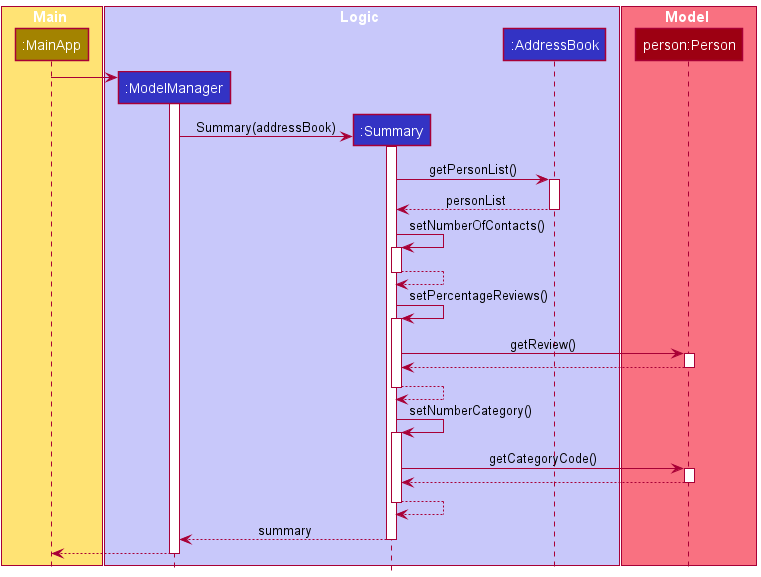
The PlantUML diagram docs/images/SummarySequenceDiagram.png in nus-cs2103-AY2122S1/tp, before a commit.
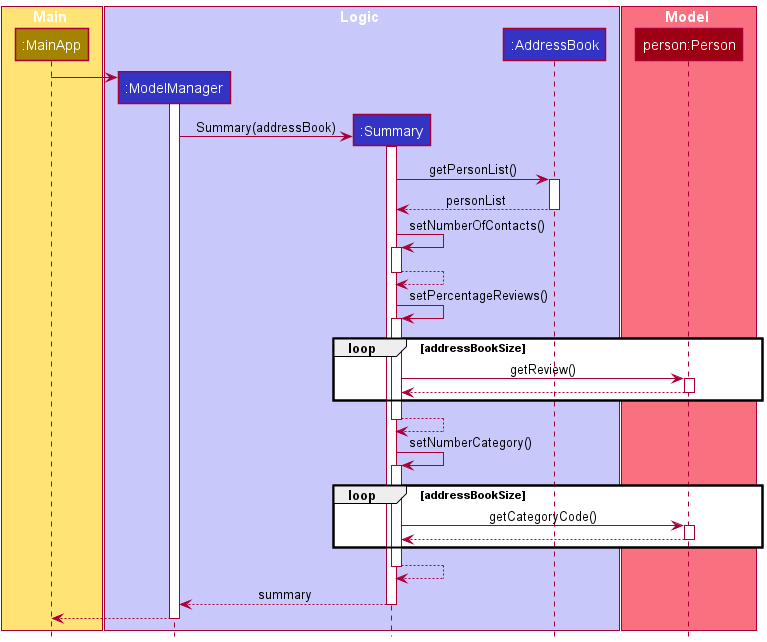
The same diagram one commit later.

Commit message:
Update Sequence diagram

What changed in the source:
```diff
@@ -45,23 +45,26 @@
 Summary -> Summary : setPercentageReviews()
 activate Summary
 
+loop addressBookSize
 Summary -> Person : getReview()
 activate Person
 
 Person --> Summary
 deactivate Person
-
+end
 Summary --> Summary
 deactivate Summary
 
 Summary -> Summary : setNumberCategory()
 activate Summary
 
+loop addressBookSize
 Summary -> Person : getCategoryCode()
 activate Person
 
 Person --> Summary
 deactivate Person
+end
 
 Summary --> Summary
 deactivate Summary
@@ -73,8 +76,4 @@
 MainApp <-- ModelManager
 deactivate ModelManager
 
-
-
-
-
 @enduml
```
